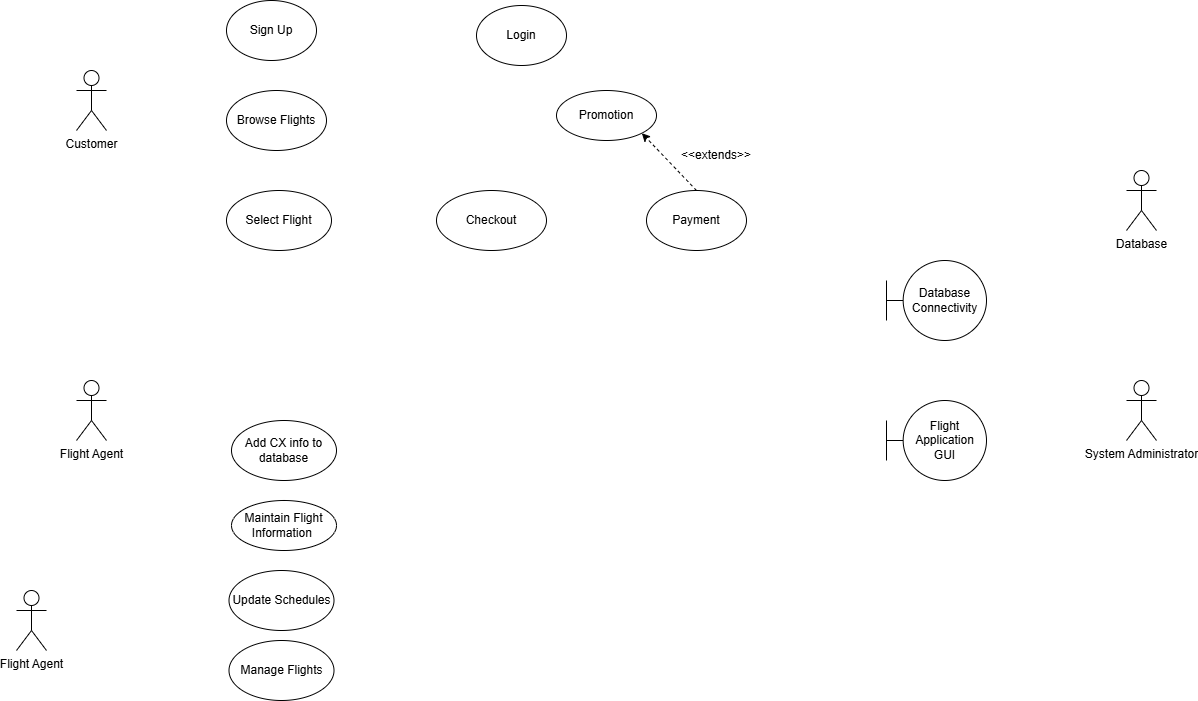
Above: SystemUseCaseDiagram.drawio.png in aditi-j25/ENSF_480_Term_project (draw.io), before the change. Source tidied: cells renumbered, new cells last; positions are measured from the earlier drawing's top-left corner, leaving out a move shared by most shapes.
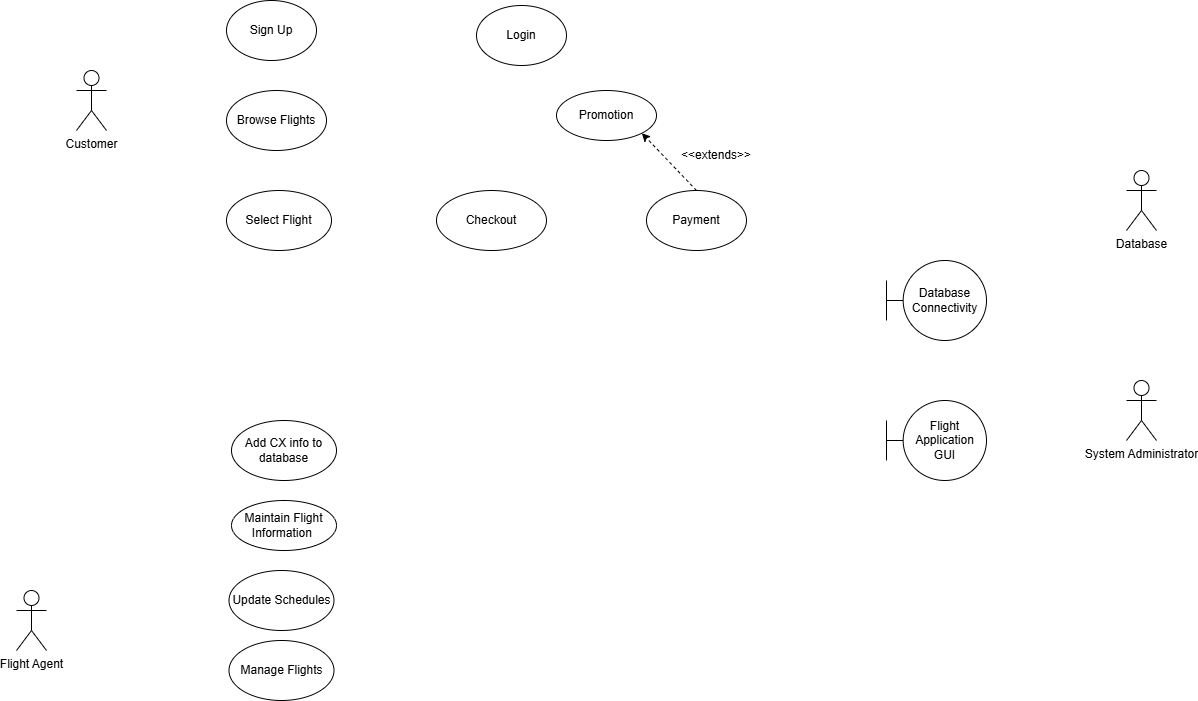
Above is the later version.

What changed in the source:
```diff
@@ -59,8 +59,5 @@
     <mxCell id="20" value="Update Schedules" style="ellipse;whiteSpace=wrap;html=1;" parent="1" vertex="1">
       <mxGeometry x="212.5" y="570" width="105" height="60" as="geometry" />
     </mxCell>
-    <mxCell id="21" value="Flight Agent" style="shape=umlActor;verticalLabelPosition=bottom;verticalAlign=top;html=1;" parent="1" vertex="1">
-      <mxGeometry x="60" y="380" width="30" height="60" as="geometry" />
-    </mxCell>
   </root>
 </mxGraphModel>
```
